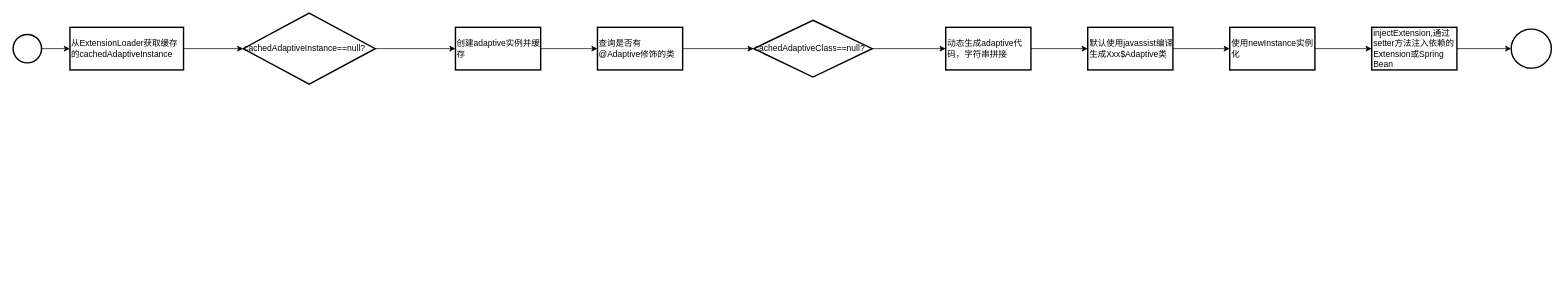
Earlier version of the draw.io diagram img/@Adaptive.drawio (npvip/StudyNote). Source tidied: cells renumbered, new cells numbered last; positions are measured from the earlier drawing's top-left corner, leaving out a move shared by most shapes. Both pictures are drawn from the tidied source at 71%, with x=0, y=0 at pixel (13, 13).
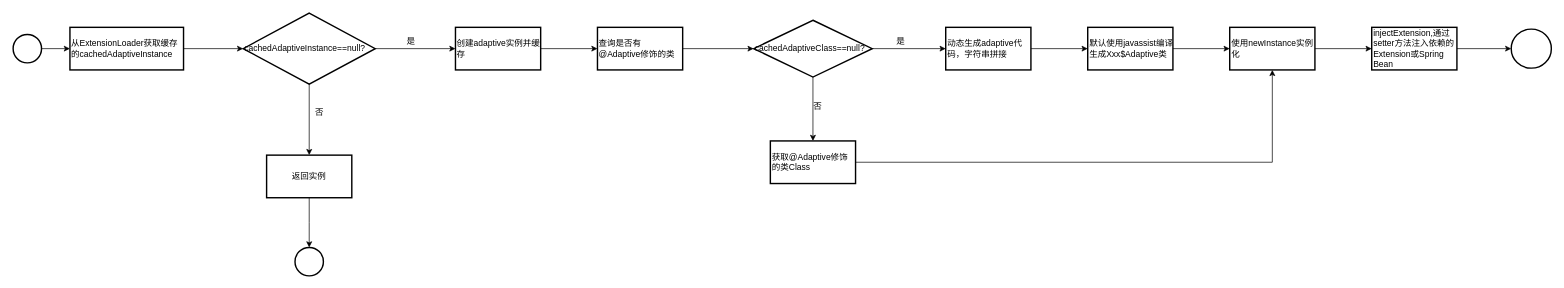
Above is the later version.

The change refers to these unchanged cells:
```xml
<mxCell id="7" value="&lt;span&gt;cachedAdaptiveInstance==null?&lt;/span&gt;" style="rhombus;whiteSpace=wrap;html=1;align=left;strokeWidth=2;" parent="1" vertex="1">
  <mxGeometry x="324" width="186" height="100" as="geometry" />
</mxCell>
<mxCell id="13" value="cachedAdaptiveClass==null?" style="rhombus;whiteSpace=wrap;html=1;align=left;strokeWidth=2;" parent="1" vertex="1">
  <mxGeometry x="1043" y="10" width="167" height="80" as="geometry" />
</mxCell>
<mxCell id="19" value="使用newInstance实例化" style="whiteSpace=wrap;html=1;align=left;strokeWidth=2;" parent="1" vertex="1">
  <mxGeometry x="1713.5" y="20" width="120" height="60" as="geometry" />
</mxCell>
```

What changed in the source:
```diff
@@
+    <mxCell id="23" style="edgeStyle=orthogonalEdgeStyle;rounded=0;jettySize=auto;html=1;" parent="1" edge="1" source="7" target="26">
+      <mxGeometry relative="1" as="geometry" />
+    </mxCell>
@@
+    <mxCell id="24" style="edgeStyle=orthogonalEdgeStyle;rounded=0;jettySize=auto;html=1;" parent="1" edge="1" source="13" target="31">
+      <mxGeometry relative="1" as="geometry" />
+    </mxCell>
@@
+    <mxCell id="25" style="edgeStyle=orthogonalEdgeStyle;rounded=0;jettySize=auto;html=1;" parent="1" edge="1" source="26">
+      <mxGeometry relative="1" as="geometry">
+        <mxPoint x="417" y="330" as="targetPoint" />
+      </mxGeometry>
+    </mxCell>
+    <mxCell id="26" value="返回实例" style="whiteSpace=wrap;html=1;align=center;strokeWidth=2;" parent="1" vertex="1">
+      <mxGeometry x="357" y="200" width="120" height="60" as="geometry" />
+    </mxCell>
+    <mxCell id="27" style="strokeWidth=2;html=1;shape=mxgraph.flowchart.start_2;whiteSpace=wrap;" parent="1" vertex="1">
+      <mxGeometry x="397" y="330" width="40" height="40" as="geometry" />
+    </mxCell>
+    <mxCell id="28" value="是" style="text;html=1;align=center;verticalAlign=middle;" parent="1" vertex="1">
+      <mxGeometry x="545" y="30" width="30" height="20" as="geometry" />
+    </mxCell>
+    <mxCell id="29" value="否" style="text;html=1;align=center;verticalAlign=middle;" parent="1" vertex="1">
+      <mxGeometry x="416" y="130" width="30" height="20" as="geometry" />
+    </mxCell>
+    <mxCell id="30" value="是" style="text;html=1;align=center;verticalAlign=middle;" parent="1" vertex="1">
+      <mxGeometry x="1235" y="30" width="30" height="20" as="geometry" />
+    </mxCell>
+    <mxCell id="31" value="获取@Adaptive修饰的类Class" style="whiteSpace=wrap;html=1;align=left;strokeWidth=2;" parent="1" vertex="1">
+      <mxGeometry x="1066.5" y="180" width="120" height="60" as="geometry" />
+    </mxCell>
+    <mxCell id="32" style="edgeStyle=orthogonalEdgeStyle;rounded=0;jettySize=auto;html=1;exitX=1;exitY=0.5;exitDx=0;exitDy=0;" parent="1" edge="1" source="31" target="19">
+      <mxGeometry relative="1" as="geometry" />
+    </mxCell>
+    <mxCell id="33" value="否" style="text;html=1;align=center;verticalAlign=middle;" parent="1" vertex="1">
+      <mxGeometry x="1118" y="121" width="30" height="20" as="geometry" />
+    </mxCell>
```
